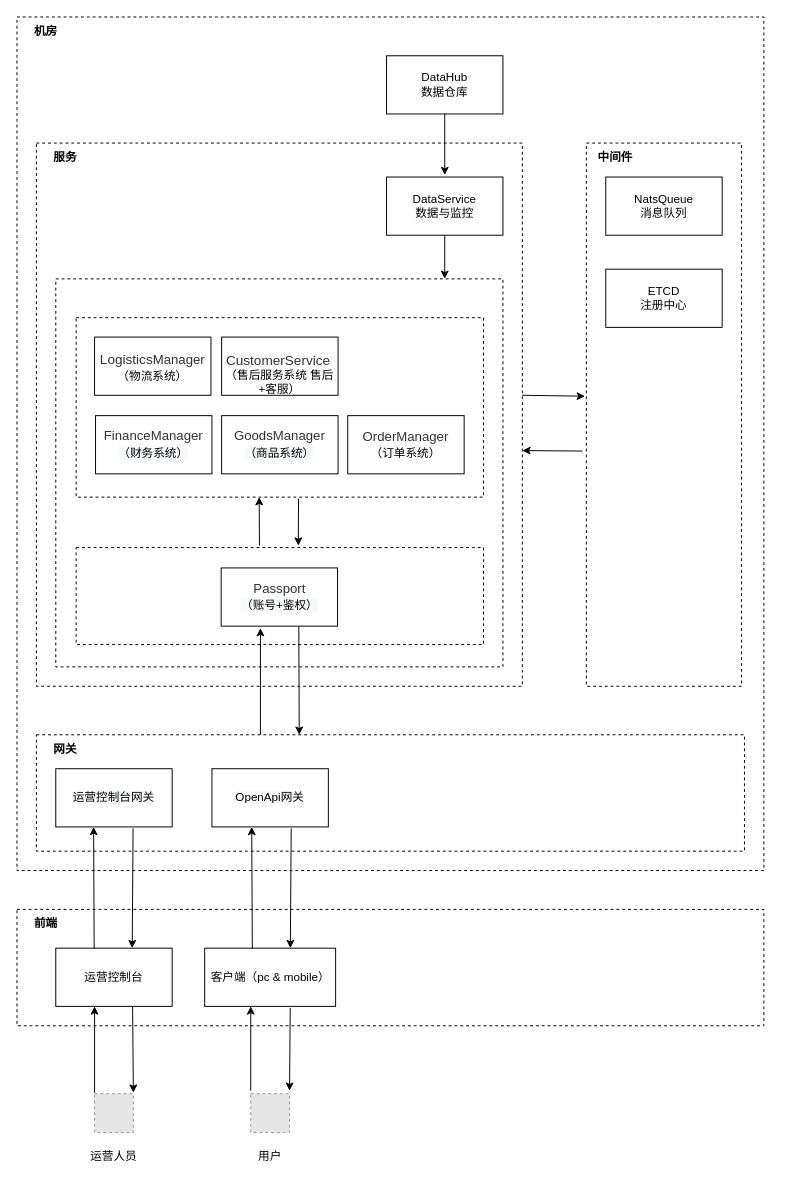
This is saas Diagram.drawio from gaoyong06/saas, a draw.io file, before an edit. Source tidied: cells renumbered, new cells numbered last; positions are measured from the earlier drawing's top-left corner, leaving out a move shared by most shapes. Both pictures are drawn from the tidied source at 97%, with x=0, y=0 at pixel (16, 16). Pictures stored in the file or linked from it are replaced by grey dashed boxes.
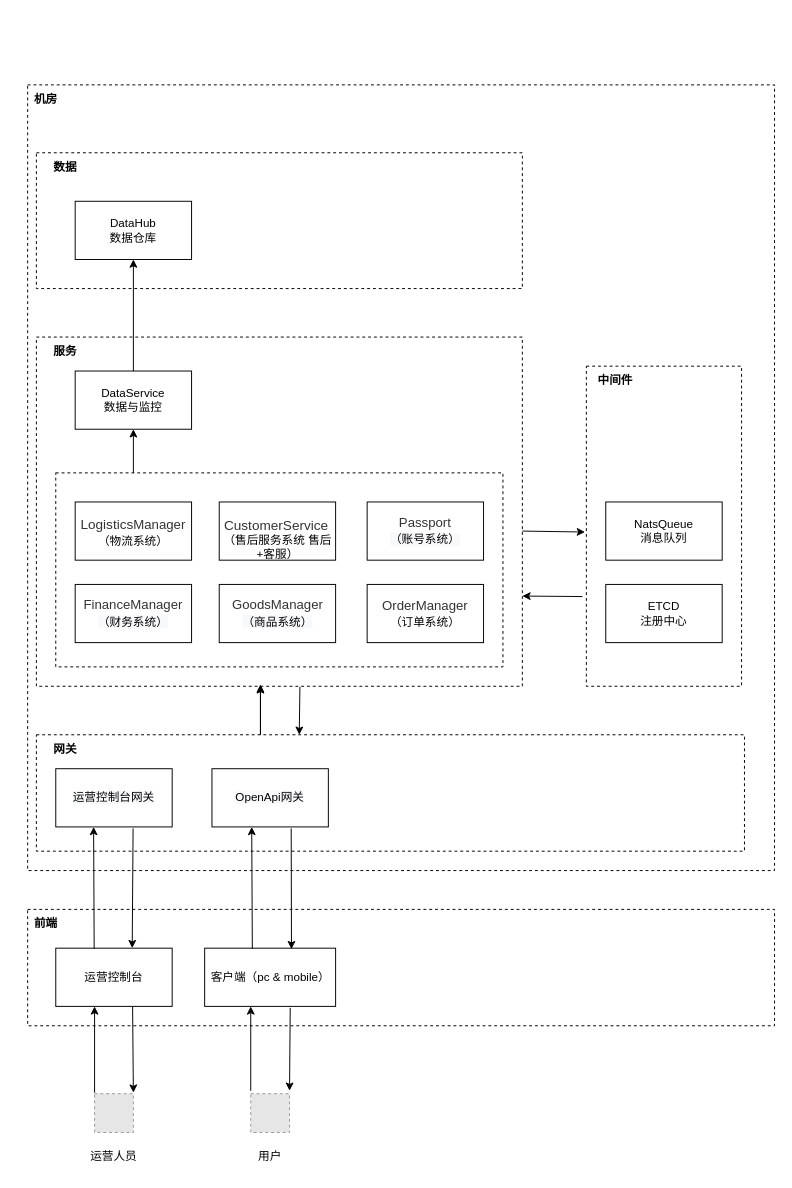
The same page after the edit.

The change refers to these unchanged cells:
```xml
<mxCell id="5" value="客户端（pc &amp;amp; mobile）" style="rounded=0;whiteSpace=wrap;html=1;" parent="1" vertex="1">
  <mxGeometry x="193.5" y="960" width="135" height="60" as="geometry" />
</mxCell>
```

What changed in the source:
```diff
@@
     <mxCell id="2" style="rounded=0;whiteSpace=wrap;html=1;dashed=1;" parent="1" vertex="1">
-      <mxGeometry y="920" width="770" height="120" as="geometry" />
+      <mxGeometry x="11" y="920" width="770" height="120" as="geometry" />
     </mxCell>
@@
     <mxCell id="6" style="rounded=0;whiteSpace=wrap;html=1;dashed=1;" parent="1" vertex="1">
-      <mxGeometry width="770" height="880" as="geometry" />
+      <mxGeometry x="11" y="70" width="770" height="810" as="geometry" />
     </mxCell>
@@
     <mxCell id="8" value="机房" style="text;html=1;strokeColor=none;fillColor=none;align=center;verticalAlign=middle;whiteSpace=wrap;rounded=0;dashed=1;fontStyle=1;" parent="1" vertex="1">
-      <mxGeometry width="60" height="30" as="geometry" />
+      <mxGeometry y="70" width="60" height="30" as="geometry" />
     </mxCell>
@@
     <mxCell id="12" style="rounded=0;whiteSpace=wrap;html=1;dashed=1;" parent="1" vertex="1">
-      <mxGeometry x="587" y="130" width="160" height="560" as="geometry" />
+      <mxGeometry x="587" y="360" width="160" height="330" as="geometry" />
     </mxCell>
     <mxCell id="13" value="中间件" style="text;html=1;strokeColor=none;fillColor=none;align=center;verticalAlign=middle;whiteSpace=wrap;rounded=0;dashed=1;fontStyle=1;" parent="1" vertex="1">
-      <mxGeometry x="587" y="130" width="60" height="30" as="geometry" />
+      <mxGeometry x="587" y="360" width="60" height="30" as="geometry" />
     </mxCell>
     <mxCell id="14" value="NatsQueue&lt;br&gt;消息队列" style="rounded=0;whiteSpace=wrap;html=1;" parent="1" vertex="1">
-      <mxGeometry x="607" y="165" width="120" height="60" as="geometry" />
+      <mxGeometry x="607" y="500" width="120" height="60" as="geometry" />
     </mxCell>
     <mxCell id="15" value="ETCD&lt;br&gt;注册中心" style="rounded=0;whiteSpace=wrap;html=1;" parent="1" vertex="1">
-      <mxGeometry x="607" y="260" width="120" height="60" as="geometry" />
+      <mxGeometry x="607" y="585" width="120" height="60" as="geometry" />
     </mxCell>
     <mxCell id="16" style="rounded=0;whiteSpace=wrap;html=1;dashed=1;" parent="1" vertex="1">
-      <mxGeometry x="20" y="130" width="501" height="560" as="geometry" />
+      <mxGeometry x="20" y="330" width="501" height="360" as="geometry" />
     </mxCell>
     <mxCell id="17" value="服务" style="text;html=1;strokeColor=none;fillColor=none;align=center;verticalAlign=middle;whiteSpace=wrap;rounded=0;dashed=1;fontStyle=1;" parent="1" vertex="1">
-      <mxGeometry x="20" y="130" width="60" height="30" as="geometry" />
+      <mxGeometry x="20" y="330" width="60" height="30" as="geometry" />
     </mxCell>
@@
-    <mxCell id="22" style="endArrow=classic;html=1;rounded=0;entryX=0.5;entryY=0;entryDx=0;entryDy=0;exitX=0.5;exitY=1;exitDx=0;exitDy=0;" parent="1" edge="1">
-      <mxGeometry relative="1" as="geometry">
-        <mxPoint x="441" y="93" as="sourcePoint" />
-        <mxPoint x="441" y="163" as="targetPoint" />
-      </mxGeometry>
-    </mxCell>
-    <mxCell id="23" style="endArrow=classic;html=1;rounded=0;entryX=-0.009;entryY=0.466;entryDx=0;entryDy=0;entryPerimeter=0;" parent="1" edge="1" target="12">
+    <mxCell id="23" style="endArrow=classic;html=1;rounded=0;entryX=-0.009;entryY=0.466;entryDx=0;entryDy=0;entryPerimeter=0;" parent="1" edge="1">
       <mxGeometry relative="1" as="geometry">
-        <mxPoint x="521" y="390" as="sourcePoint" />
+        <mxPoint x="521" y="530" as="sourcePoint" />
+        <mxPoint x="585.6" y="531" as="targetPoint" />
       </mxGeometry>
     </mxCell>
-    <mxCell id="24" style="endArrow=classic;html=1;rounded=0;exitX=-0.025;exitY=0.567;exitDx=0;exitDy=0;exitPerimeter=0;" parent="1" edge="1" source="12">
+    <mxCell id="24" style="endArrow=classic;html=1;rounded=0;exitX=-0.025;exitY=0.567;exitDx=0;exitDy=0;exitPerimeter=0;" parent="1" edge="1">
       <mxGeometry relative="1" as="geometry">
-        <mxPoint x="521" y="447" as="targetPoint" />
+        <mxPoint x="583" y="597.5" as="sourcePoint" />
+        <mxPoint x="521" y="597" as="targetPoint" />
       </mxGeometry>
     </mxCell>
@@
-    <mxCell id="30" style="endArrow=classic;html=1;rounded=0;exitX=0.616;exitY=1.025;exitDx=0;exitDy=0;exitPerimeter=0;entryX=0.366;entryY=0.333;entryDx=0;entryDy=0;entryPerimeter=0;" parent="1" edge="1" target="2">
+    <mxCell id="30" style="endArrow=classic;html=1;rounded=0;exitX=0.616;exitY=1.025;exitDx=0;exitDy=0;exitPerimeter=0;entryX=0.663;entryY=0.017;entryDx=0;entryDy=0;entryPerimeter=0;" parent="1" edge="1" target="5">
       <mxGeometry relative="1" as="geometry">
         <mxPoint x="282.7" y="836.5" as="sourcePoint" />
       </mxGeometry>
     </mxCell>
@@
     <mxCell id="33" style="rounded=0;whiteSpace=wrap;html=1;dashed=1;" parent="1" vertex="1">
-      <mxGeometry x="40" y="270" width="461" height="400" as="geometry" />
+      <mxGeometry x="40" y="470" width="461" height="200" as="geometry" />
     </mxCell>
-    <mxCell id="34" style="rounded=0;whiteSpace=wrap;html=1;dashed=1;" parent="1" vertex="1">
-      <mxGeometry x="61" y="310" width="420" height="185" as="geometry" />
-    </mxCell>
     <mxCell id="35" value="&lt;span style=&quot;color: rgb(51 , 51 , 51) ; font-family: &amp;#34;tahoma&amp;#34; , &amp;#34;microsoft yahei&amp;#34; , , , &amp;#34;malgun gothic&amp;#34; , sans-serif ; font-size: 13.6px ; line-height: 16.8px ; text-align: left ; background-color: rgb(255 , 255 , 255)&quot;&gt;FinanceManager&lt;br&gt;&lt;span style=&quot;color: rgb(0 , 0 , 0) ; font-size: 12px ; text-align: center ; background-color: rgb(248 , 249 , 250)&quot;&gt;（财务系统&lt;/span&gt;&lt;span style=&quot;color: rgb(0 , 0 , 0) ; font-size: 12px ; text-align: center ; background-color: rgb(248 , 249 , 250)&quot;&gt;）&lt;/span&gt;&lt;br&gt;&lt;/span&gt;" style="rounded=0;whiteSpace=wrap;html=1;" parent="1" vertex="1">
-      <mxGeometry x="81" y="411" width="120" height="60" as="geometry" />
+      <mxGeometry x="60" y="585" width="120" height="60" as="geometry" />
     </mxCell>
     <mxCell id="36" value="&lt;span style=&quot;color: rgb(51 , 51 , 51) ; font-family: &amp;#34;tahoma&amp;#34; , &amp;#34;microsoft yahei&amp;#34; , , , &amp;#34;malgun gothic&amp;#34; , sans-serif ; font-size: 13.6px ; line-height: 16.8px ; text-align: left ; background-color: rgb(255 , 255 , 255)&quot;&gt;&lt;span style=&quot;font-family: &amp;#34;tahoma&amp;#34; , &amp;#34;microsoft yahei&amp;#34; , , , &amp;#34;malgun gothic&amp;#34; , sans-serif ; font-size: 13.6px ; line-height: 16.8px&quot;&gt;GoodsManager&lt;/span&gt;&lt;br&gt;&lt;span style=&quot;color: rgb(0 , 0 , 0) ; font-size: 12px ; text-align: center ; background-color: rgb(248 , 249 , 250)&quot;&gt;（商品系统&lt;/span&gt;&lt;span style=&quot;color: rgb(0 , 0 , 0) ; font-size: 12px ; text-align: center ; background-color: rgb(248 , 249 , 250)&quot;&gt;）&lt;/span&gt;&lt;br&gt;&lt;/span&gt;" style="rounded=0;whiteSpace=wrap;html=1;" parent="1" vertex="1">
-      <mxGeometry x="211" y="411" width="120" height="60" as="geometry" />
+      <mxGeometry x="208.5" y="585" width="120" height="60" as="geometry" />
     </mxCell>
     <mxCell id="37" value="&lt;span style=&quot;color: rgb(51 , 51 , 51) ; font-family: &amp;#34;tahoma&amp;#34; , &amp;#34;microsoft yahei&amp;#34; , , , &amp;#34;malgun gothic&amp;#34; , sans-serif ; font-size: 13.6px ; line-height: 16.8px ; text-align: left ; background-color: rgb(255 , 255 , 255)&quot;&gt;OrderManager&lt;/span&gt;&lt;br&gt;（订单系统）" style="rounded=0;whiteSpace=wrap;html=1;" parent="1" vertex="1">
-      <mxGeometry x="341" y="411" width="120" height="60" as="geometry" />
+      <mxGeometry x="361" y="585" width="120" height="60" as="geometry" />
     </mxCell>
     <mxCell id="38" value="&lt;span style=&quot;color: rgb(51 , 51 , 51) ; font-family: &amp;#34;tahoma&amp;#34; , &amp;#34;microsoft yahei&amp;#34; , , , &amp;#34;malgun gothic&amp;#34; , sans-serif ; font-size: 13.6px ; line-height: 16.8px ; text-align: left ; background-color: rgb(255 , 255 , 255)&quot;&gt;&lt;span style=&quot;font-family: &amp;#34;tahoma&amp;#34; , &amp;#34;microsoft yahei&amp;#34; , , , &amp;#34;malgun gothic&amp;#34; , sans-serif ; font-size: 14px ; line-height: 21px&quot;&gt;Logistics&lt;/span&gt;Manager&lt;/span&gt;&lt;br&gt;（物流系统）" style="rounded=0;whiteSpace=wrap;html=1;" parent="1" vertex="1">
-      <mxGeometry x="80" y="330" width="120" height="60" as="geometry" />
+      <mxGeometry x="60" y="500" width="120" height="60" as="geometry" />
     </mxCell>
     <mxCell id="39" value="&lt;div style=&quot;text-align: left&quot;&gt;&lt;span style=&quot;font-size: 14px&quot;&gt;&lt;font color=&quot;#333333&quot;&gt;&amp;nbsp; &amp;nbsp; &amp;nbsp;CustomerService&lt;/font&gt;&lt;/span&gt;&lt;/div&gt;（售后服务系统 售后+客服）" style="rounded=0;whiteSpace=wrap;html=1;" parent="1" vertex="1">
-      <mxGeometry x="211" y="330" width="120" height="60" as="geometry" />
+      <mxGeometry x="208.5" y="500" width="120" height="60" as="geometry" />
     </mxCell>
-    <mxCell id="40" style="rounded=0;whiteSpace=wrap;html=1;dashed=1;" parent="1" vertex="1">
-      <mxGeometry x="61" y="547" width="420" height="100" as="geometry" />
-    </mxCell>
-    <mxCell id="41" value="&lt;span style=&quot;color: rgb(51 , 51 , 51) ; font-family: &amp;#34;tahoma&amp;#34; , &amp;#34;microsoft yahei&amp;#34; , , , &amp;#34;malgun gothic&amp;#34; , sans-serif ; font-size: 13.6px ; line-height: 16.8px ; text-align: left ; background-color: rgb(255 , 255 , 255)&quot;&gt;Passport&lt;br&gt;&lt;span style=&quot;color: rgb(0 , 0 , 0) ; font-size: 12px ; text-align: center ; background-color: rgb(248 , 249 , 250)&quot;&gt;（账号+鉴权&lt;/span&gt;&lt;span style=&quot;color: rgb(0 , 0 , 0) ; font-size: 12px ; text-align: center ; background-color: rgb(248 , 249 , 250)&quot;&gt;）&lt;/span&gt;&lt;br&gt;&lt;/span&gt;" style="rounded=0;whiteSpace=wrap;html=1;" parent="1" vertex="1">
-      <mxGeometry x="210.5" y="568" width="120" height="60" as="geometry" />
+    <mxCell id="41" value="&lt;span style=&quot;color: rgb(51 , 51 , 51) ; font-family: &amp;#34;tahoma&amp;#34; , &amp;#34;microsoft yahei&amp;#34; , , , &amp;#34;malgun gothic&amp;#34; , sans-serif ; font-size: 13.6px ; line-height: 16.8px ; text-align: left ; background-color: rgb(255 , 255 , 255)&quot;&gt;Passport&lt;br&gt;&lt;span style=&quot;color: rgb(0 , 0 , 0) ; font-size: 12px ; text-align: center ; background-color: rgb(248 , 249 , 250)&quot;&gt;（账号系统&lt;/span&gt;&lt;span style=&quot;color: rgb(0 , 0 , 0) ; font-size: 12px ; text-align: center ; background-color: rgb(248 , 249 , 250)&quot;&gt;）&lt;/span&gt;&lt;br&gt;&lt;/span&gt;" style="rounded=0;whiteSpace=wrap;html=1;" parent="1" vertex="1">
+      <mxGeometry x="361" y="500" width="120" height="60" as="geometry" />
     </mxCell>
-    <mxCell id="42" style="endArrow=classic;html=1;rounded=0;entryX=0.315;entryY=1;entryDx=0;entryDy=0;entryPerimeter=0;" parent="1" edge="1">
-      <mxGeometry relative="1" as="geometry">
-        <mxPoint x="250" y="545" as="sourcePoint" />
-        <mxPoint x="249.7" y="495" as="targetPoint" />
-      </mxGeometry>
-    </mxCell>
-    <mxCell id="43" style="endArrow=classic;html=1;rounded=0;exitX=0.616;exitY=1.025;exitDx=0;exitDy=0;exitPerimeter=0;" parent="1" edge="1">
-      <mxGeometry relative="1" as="geometry">
-        <mxPoint x="290.3" y="496.5" as="sourcePoint" />
-        <mxPoint x="290" y="545" as="targetPoint" />
-      </mxGeometry>
-    </mxCell>
-    <mxCell id="44" style="endArrow=classic;html=1;rounded=0;exitX=0.5;exitY=1;exitDx=0;exitDy=0;" parent="1" edge="1" source="45">
-      <mxGeometry relative="1" as="geometry">
-        <mxPoint x="441" y="270" as="targetPoint" />
-      </mxGeometry>
-    </mxCell>
     <mxCell id="45" value="DataService&lt;br&gt;数据与监控" style="rounded=0;whiteSpace=wrap;html=1;" parent="1" vertex="1">
-      <mxGeometry x="381" y="165" width="120" height="60" as="geometry" />
+      <mxGeometry x="60" y="365" width="120" height="60" as="geometry" />
     </mxCell>
+    <mxCell id="49" style="endArrow=classic;html=1;rounded=0;entryX=0.315;entryY=1;entryDx=0;entryDy=0;entryPerimeter=0;" parent="1" edge="1">
+      <mxGeometry relative="1" as="geometry">
+        <mxPoint x="251" y="740" as="sourcePoint" />
+        <mxPoint x="251" y="689" as="targetPoint" />
+      </mxGeometry>
+    </mxCell>
+    <mxCell id="50" style="endArrow=classic;html=1;rounded=0;exitX=0.616;exitY=1.025;exitDx=0;exitDy=0;exitPerimeter=0;" parent="1" edge="1">
+      <mxGeometry relative="1" as="geometry">
+        <mxPoint x="291.7" y="690.5" as="sourcePoint" />
+        <mxPoint x="291" y="740" as="targetPoint" />
+      </mxGeometry>
+    </mxCell>
+    <mxCell id="51" style="endArrow=classic;html=1;rounded=0;entryX=0.315;entryY=1;entryDx=0;entryDy=0;entryPerimeter=0;" parent="1" edge="1">
+      <mxGeometry relative="1" as="geometry">
+        <mxPoint x="251" y="740" as="sourcePoint" />
+        <mxPoint x="251" y="688" as="targetPoint" />
+      </mxGeometry>
+    </mxCell>
+    <mxCell id="52" style="rounded=0;whiteSpace=wrap;html=1;dashed=1;" parent="1" vertex="1">
+      <mxGeometry x="20" y="140" width="501" height="140" as="geometry" />
+    </mxCell>
     <mxCell id="46" value="DataHub&lt;br&gt;数据仓库" style="rounded=0;whiteSpace=wrap;html=1;" parent="1" vertex="1">
-      <mxGeometry x="381" y="40" width="120" height="60" as="geometry" />
+      <mxGeometry x="60" y="190" width="120" height="60" as="geometry" />
     </mxCell>
-    <mxCell id="47" style="endArrow=classic;html=1;rounded=0;" parent="1" edge="1">
-      <mxGeometry relative="1" as="geometry">
-        <mxPoint x="251" y="740" as="sourcePoint" />
-        <mxPoint x="251" y="630" as="targetPoint" />
-      </mxGeometry>
-    </mxCell>
-    <mxCell id="48" style="endArrow=classic;html=1;rounded=0;exitX=0.667;exitY=1.008;exitDx=0;exitDy=0;exitPerimeter=0;" parent="1" edge="1" source="41">
-      <mxGeometry relative="1" as="geometry">
-        <mxPoint x="291" y="740" as="targetPoint" />
-      </mxGeometry>
-    </mxCell>
+    <mxCell id="53" style="endArrow=classic;html=1;rounded=0;entryX=0.5;entryY=1;entryDx=0;entryDy=0;" parent="1" edge="1" target="45">
+      <mxGeometry relative="1" as="geometry">
+        <mxPoint x="120" y="470" as="sourcePoint" />
+      </mxGeometry>
+    </mxCell>
+    <mxCell id="54" style="endArrow=classic;html=1;rounded=0;entryX=0.5;entryY=1;entryDx=0;entryDy=0;" parent="1" edge="1" source="45" target="46">
+      <mxGeometry relative="1" as="geometry" />
+    </mxCell>
+    <mxCell id="55" value="数据" style="text;html=1;strokeColor=none;fillColor=none;align=center;verticalAlign=middle;whiteSpace=wrap;rounded=0;dashed=1;fontStyle=1;" parent="1" vertex="1">
+      <mxGeometry x="20" y="140" width="60" height="30" as="geometry" />
+    </mxCell>
```
